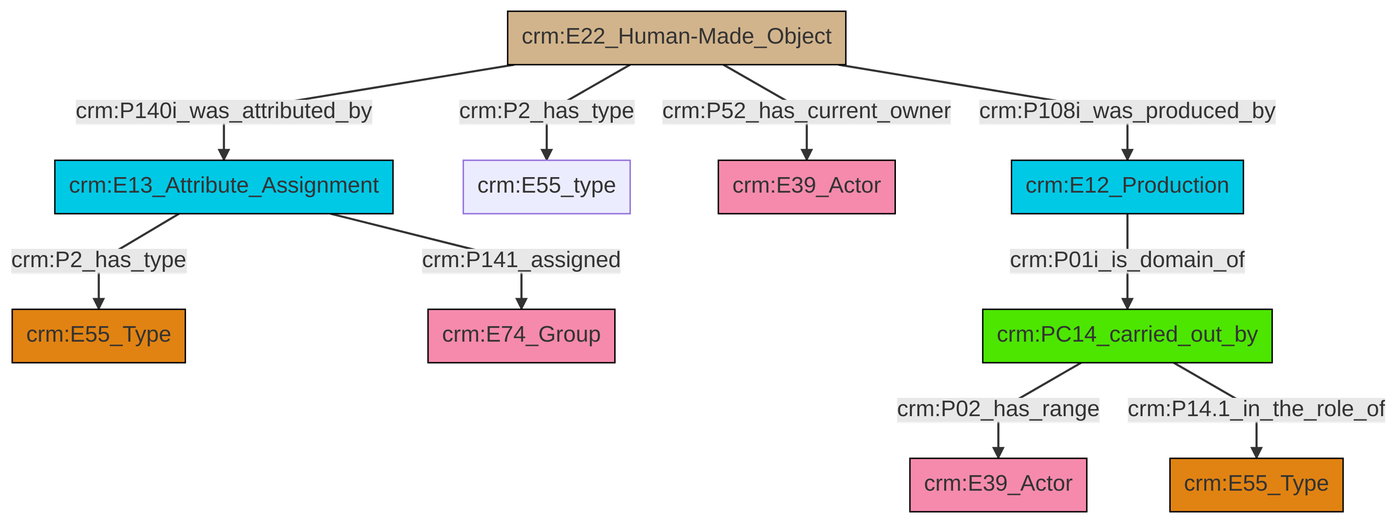
The Mermaid diagram et/builtWorkCSV/ttl/mmd/png/Built_Work_actor_relations.png in swiss-art-research-net/reference-data-models, before a commit. Its source is kept beside it as et/builtWorkCSV/ttl/mmd/Built_Work_actor_relations.ttl.mmd. Source of this version:
```mermaid
graph TD
classDef Literal fill:#f2f2f2,stroke:#000000;
classDef CRM_Entity fill:#FFFFFF,stroke:#000000;
classDef Temporal_Entity fill:#00C9E6, stroke:#000000;
classDef Type fill:#E18312, stroke:#000000;
classDef Time-Span fill:#2C9C91, stroke:#000000;
classDef Appellation fill:#FFEB7F, stroke:#000000;
classDef Place fill:#008836, stroke:#000000;
classDef Persistent_Item fill:#B266B2, stroke:#000000;
classDef Conceptual_Object fill:#FFD700, stroke:#000000;
classDef Physical_Thing fill:#D2B48C, stroke:#000000;
classDef Actor fill:#f58aad, stroke:#000000;
classDef PC_Classes fill:#4ce600, stroke:#000000;
classDef Multi fill:#cccccc,stroke:#000000;

2["crm:E13_Attribute_Assignment"]:::Temporal_Entity -->|crm:P141_assigned| 3["crm:E74_Group"]:::Actor
6["crm:E22_Human-Made_Object"]:::Physical_Thing -->|crm:P2_has_type| 7["crm:E55_type"]:::Default
4["crm:PC14_carried_out_by"]:::PC_Classes -->|crm:P02_has_range| 13["crm:E39_Actor"]:::Actor
2["crm:E13_Attribute_Assignment"]:::Temporal_Entity -->|crm:P2_has_type| 0["crm:E55_Type"]:::Type
6["crm:E22_Human-Made_Object"]:::Physical_Thing -->|crm:P108i_was_produced_by| 14["crm:E12_Production"]:::Temporal_Entity
14["crm:E12_Production"]:::Temporal_Entity -->|crm:P01i_is_domain_of| 4["crm:PC14_carried_out_by"]:::PC_Classes
4["crm:PC14_carried_out_by"]:::PC_Classes -->|crm:P14.1_in_the_role_of| 15["crm:E55_Type"]:::Type
6["crm:E22_Human-Made_Object"]:::Physical_Thing -->|crm:P52_has_current_owner| 8["crm:E39_Actor"]:::Actor
6["crm:E22_Human-Made_Object"]:::Physical_Thing -->|crm:P140i_was_attributed_by| 2["crm:E13_Attribute_Assignment"]:::Temporal_Entity
```
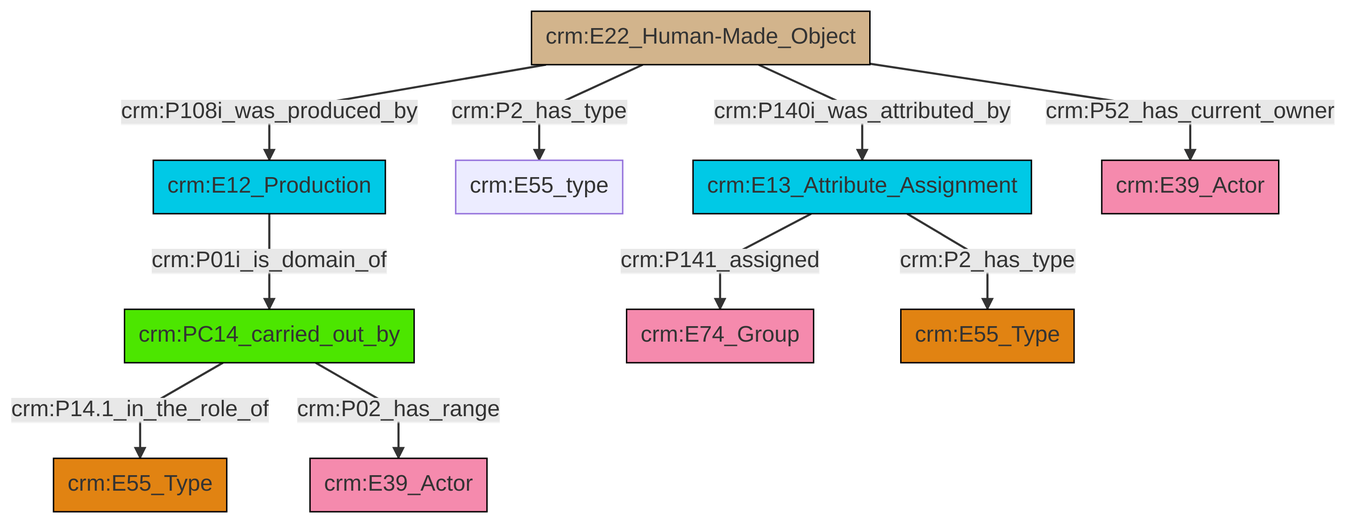
The same diagram one commit later.

Diff of the diagram source:
```diff
@@ -13,12 +13,12 @@
 classDef PC_Classes fill:#4ce600, stroke:#000000;
 classDef Multi fill:#cccccc,stroke:#000000;
 
-2["crm:E13_Attribute_Assignment"]:::Temporal_Entity -->|crm:P141_assigned| 3["crm:E74_Group"]:::Actor
-6["crm:E22_Human-Made_Object"]:::Physical_Thing -->|crm:P2_has_type| 7["crm:E55_type"]:::Default
-4["crm:PC14_carried_out_by"]:::PC_Classes -->|crm:P02_has_range| 13["crm:E39_Actor"]:::Actor
-2["crm:E13_Attribute_Assignment"]:::Temporal_Entity -->|crm:P2_has_type| 0["crm:E55_Type"]:::Type
-6["crm:E22_Human-Made_Object"]:::Physical_Thing -->|crm:P108i_was_produced_by| 14["crm:E12_Production"]:::Temporal_Entity
-14["crm:E12_Production"]:::Temporal_Entity -->|crm:P01i_is_domain_of| 4["crm:PC14_carried_out_by"]:::PC_Classes
-4["crm:PC14_carried_out_by"]:::PC_Classes -->|crm:P14.1_in_the_role_of| 15["crm:E55_Type"]:::Type
-6["crm:E22_Human-Made_Object"]:::Physical_Thing -->|crm:P52_has_current_owner| 8["crm:E39_Actor"]:::Actor
-6["crm:E22_Human-Made_Object"]:::Physical_Thing -->|crm:P140i_was_attributed_by| 2["crm:E13_Attribute_Assignment"]:::Temporal_Entity
+6["crm:E12_Production"]:::Temporal_Entity -->|crm:P01i_is_domain_of| 7["crm:PC14_carried_out_by"]:::PC_Classes
+7["crm:PC14_carried_out_by"]:::PC_Classes -->|crm:P14.1_in_the_role_of| 8["crm:E55_Type"]:::Type
+12["crm:E22_Human-Made_Object"]:::Physical_Thing -->|crm:P108i_was_produced_by| 6["crm:E12_Production"]:::Temporal_Entity
+12["crm:E22_Human-Made_Object"]:::Physical_Thing -->|crm:P2_has_type| 2["crm:E55_type"]:::Default
+12["crm:E22_Human-Made_Object"]:::Physical_Thing -->|crm:P140i_was_attributed_by| 0["crm:E13_Attribute_Assignment"]:::Temporal_Entity
+0["crm:E13_Attribute_Assignment"]:::Temporal_Entity -->|crm:P2_has_type| 15["crm:E55_Type"]:::Type
+0["crm:E13_Attribute_Assignment"]:::Temporal_Entity -->|crm:P141_assigned| 13["crm:E74_Group"]:::Actor
+7["crm:PC14_carried_out_by"]:::PC_Classes -->|crm:P02_has_range| 4["crm:E39_Actor"]:::Actor
+12["crm:E22_Human-Made_Object"]:::Physical_Thing -->|crm:P52_has_current_owner| 10["crm:E39_Actor"]:::Actor
```
